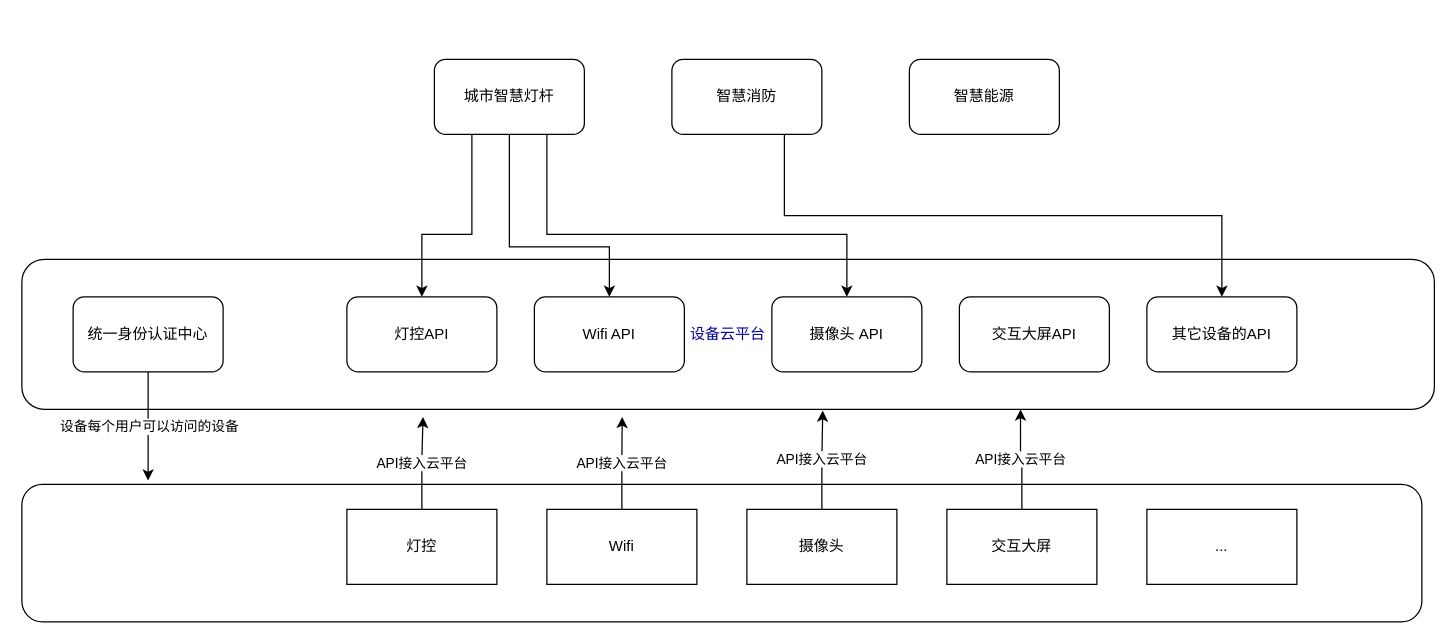
Earlier version of the draw.io diagram draw.io/CloudPlatformArchitecture.drawio (beabetterman/MyLearn). Source tidied: cells renumbered, new cells numbered last; positions are measured from the earlier drawing's top-left corner, leaving out a move shared by most shapes. Both pictures are drawn from the tidied source at 125%, with x=0, y=0 at pixel (21, 59).
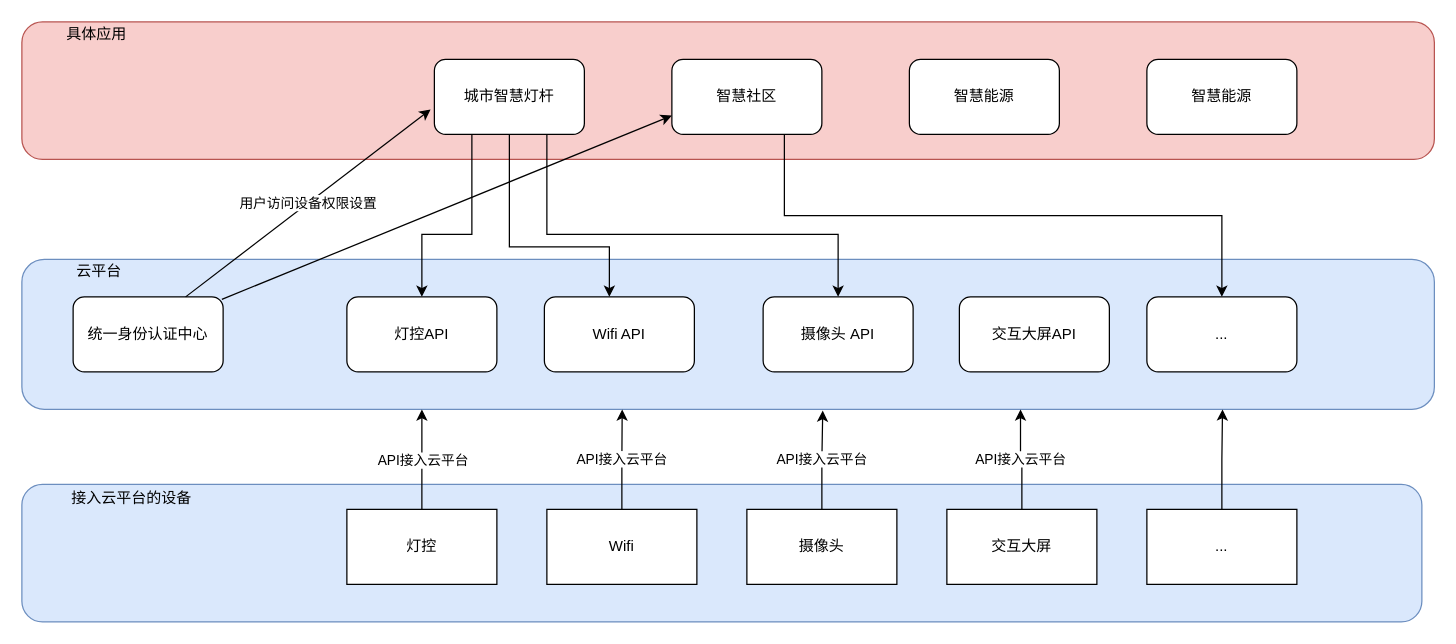
The same diagram, later.

The change refers to these unchanged cells:
```xml
<mxCell id="4" value="灯控" style="rounded=0;whiteSpace=wrap;html=1;" parent="1" vertex="1">
  <mxGeometry x="260" y="360" width="120" height="60" as="geometry" />
</mxCell>
<mxCell id="6" value="Wifi" style="rounded=0;whiteSpace=wrap;html=1;" parent="1" vertex="1">
  <mxGeometry x="420" y="360" width="120" height="60" as="geometry" />
</mxCell>
<mxCell id="11" value="..." style="rounded=0;whiteSpace=wrap;html=1;" parent="1" vertex="1">
  <mxGeometry x="900" y="360" width="120" height="60" as="geometry" />
</mxCell>
<mxCell id="15" value="城市智慧灯杆" style="rounded=1;whiteSpace=wrap;html=1;" parent="1" vertex="1">
  <mxGeometry x="330" width="120" height="60" as="geometry" />
</mxCell>
<mxCell id="20" value="统一身份认证中心" style="rounded=1;whiteSpace=wrap;html=1;" parent="1" vertex="1">
  <mxGeometry x="41" y="190" width="120" height="60" as="geometry" />
</mxCell>
```

What changed in the source:
```diff
@@
-    <mxCell id="2" value="&lt;font color=&quot;#000099&quot;&gt;设备云平台&lt;/font&gt;" style="rounded=1;whiteSpace=wrap;html=1;" parent="1" vertex="1">
+    <mxCell id="2" style="rounded=1;whiteSpace=wrap;html=1;fillColor=#dae8fc;strokeColor=#6c8ebf;" parent="1" vertex="1">
       <mxGeometry y="160" width="1130" height="120" as="geometry" />
     </mxCell>
+    <mxCell id="27" style="rounded=1;whiteSpace=wrap;html=1;fillColor=#f8cecc;strokeColor=#b85450;" parent="1" vertex="1">
+      <mxGeometry y="-30" width="1130" height="110" as="geometry" />
+    </mxCell>
+    <mxCell id="26" style="rounded=1;whiteSpace=wrap;html=1;fillColor=#dae8fc;strokeColor=#6c8ebf;" parent="1" vertex="1">
+      <mxGeometry y="340" width="1120" height="110" as="geometry" />
+    </mxCell>
-    <mxCell id="3" value="API接入云平台" style="edgeStyle=orthogonalEdgeStyle;rounded=0;jettySize=auto;html=1;exitX=0.5;exitY=0;exitDx=0;exitDy=0;entryX=0.284;entryY=1.05;entryDx=0;entryDy=0;entryPerimeter=0;" parent="1" edge="1" source="4" target="2">
-      <mxGeometry relative="1" as="geometry" />
+    <mxCell id="3" value="API接入云平台" style="edgeStyle=orthogonalEdgeStyle;rounded=0;jettySize=auto;html=1;exitX=0.5;exitY=0;exitDx=0;exitDy=0;" parent="1" edge="1" source="4">
+      <mxGeometry relative="1" as="geometry">
+        <mxPoint x="320" y="280" as="targetPoint" />
+      </mxGeometry>
     </mxCell>
@@
-    <mxCell id="5" value="&lt;span style=&quot;color: rgb(0 , 0 , 0) ; font-family: &amp;#34;helvetica&amp;#34; ; font-size: 11px ; font-style: normal ; font-weight: 400 ; letter-spacing: normal ; text-align: center ; text-indent: 0px ; text-transform: none ; word-spacing: 0px ; background-color: rgb(255 , 255 , 255) ; display: inline ; float: none&quot;&gt;API接入云平台&lt;/span&gt;" style="edgeStyle=orthogonalEdgeStyle;rounded=0;jettySize=auto;html=1;exitX=0.5;exitY=0;exitDx=0;exitDy=0;entryX=0.425;entryY=1.05;entryDx=0;entryDy=0;entryPerimeter=0;" parent="1" edge="1" source="6" target="2">
+    <mxCell id="5" value="&lt;span style=&quot;color: rgb(0 , 0 , 0) ; font-family: &amp;#34;helvetica&amp;#34; ; font-size: 11px ; font-style: normal ; font-weight: 400 ; letter-spacing: normal ; text-align: center ; text-indent: 0px ; text-transform: none ; word-spacing: 0px ; background-color: rgb(255 , 255 , 255) ; display: inline ; float: none&quot;&gt;API接入云平台&lt;/span&gt;" style="edgeStyle=orthogonalEdgeStyle;rounded=0;jettySize=auto;html=1;exitX=0.5;exitY=0;exitDx=0;exitDy=0;entryX=0.425;entryY=1;entryDx=0;entryDy=0;entryPerimeter=0;" parent="1" edge="1" source="6" target="2">
       <mxGeometry relative="1" as="geometry" />
     </mxCell>
@@
+    <mxCell id="28" style="edgeStyle=orthogonalEdgeStyle;rounded=0;jettySize=auto;html=1;exitX=0.5;exitY=0;exitDx=0;exitDy=0;entryX=0.85;entryY=1;entryDx=0;entryDy=0;entryPerimeter=0;" parent="1" edge="1" source="11" target="2">
+      <mxGeometry relative="1" as="geometry" />
+    </mxCell>
@@
     <mxCell id="14" style="edgeStyle=orthogonalEdgeStyle;rounded=0;jettySize=auto;html=1;exitX=0.75;exitY=1;exitDx=0;exitDy=0;entryX=0.5;entryY=0;entryDx=0;entryDy=0;" parent="1" edge="1" source="15" target="23">
       <mxGeometry relative="1" as="geometry">
         <Array as="points">
           <mxPoint x="420" y="140" />
-          <mxPoint x="660" y="140" />
+          <mxPoint x="653" y="140" />
         </Array>
       </mxGeometry>
     </mxCell>
@@
-    <mxCell id="17" value="智慧消防" style="rounded=1;whiteSpace=wrap;html=1;" parent="1" vertex="1">
+    <mxCell id="17" value="智慧社区" style="rounded=1;whiteSpace=wrap;html=1;" parent="1" vertex="1">
       <mxGeometry x="520" width="120" height="60" as="geometry" />
     </mxCell>
@@
-    <mxCell id="19" value="设备每个用户可以访问的设备" style="edgeStyle=orthogonalEdgeStyle;rounded=0;jettySize=auto;html=1;exitX=0.5;exitY=1;exitDx=0;exitDy=0;" parent="1" edge="1" source="20">
-      <mxGeometry relative="1" as="geometry">
-        <mxPoint x="101" y="337" as="targetPoint" />
-      </mxGeometry>
-    </mxCell>
@@
     <mxCell id="22" value="Wifi API" style="rounded=1;whiteSpace=wrap;html=1;" parent="1" vertex="1">
-      <mxGeometry x="410" y="190" width="120" height="60" as="geometry" />
+      <mxGeometry x="418" y="190" width="120" height="60" as="geometry" />
     </mxCell>
     <mxCell id="23" value="摄像头 API" style="rounded=1;whiteSpace=wrap;html=1;" parent="1" vertex="1">
-      <mxGeometry x="600" y="190" width="120" height="60" as="geometry" />
+      <mxGeometry x="593" y="190" width="120" height="60" as="geometry" />
     </mxCell>
@@
-    <mxCell id="25" value="其它设备的API" style="rounded=1;whiteSpace=wrap;html=1;" parent="1" vertex="1">
+    <mxCell id="25" value="..." style="rounded=1;whiteSpace=wrap;html=1;" parent="1" vertex="1">
       <mxGeometry x="900" y="190" width="120" height="60" as="geometry" />
     </mxCell>
-    <mxCell id="26" style="rounded=1;whiteSpace=wrap;html=1;fillColor=none;" parent="1" vertex="1">
-      <mxGeometry y="340" width="1120" height="110" as="geometry" />
-    </mxCell>
+    <mxCell id="29" value="云平台" style="text;html=1;strokeColor=none;fillColor=none;align=center;verticalAlign=middle;whiteSpace=wrap;rounded=0;" parent="1" vertex="1">
+      <mxGeometry x="12" y="160" width="100" height="20" as="geometry" />
+    </mxCell>
+    <mxCell id="30" value="接入云平台的设备" style="text;html=1;strokeColor=none;fillColor=none;align=center;verticalAlign=middle;whiteSpace=wrap;rounded=0;" parent="1" vertex="1">
+      <mxGeometry x="13" y="341" width="150" height="20" as="geometry" />
+    </mxCell>
+    <mxCell id="31" value="智慧能源" style="rounded=1;whiteSpace=wrap;html=1;" parent="1" vertex="1">
+      <mxGeometry x="900" width="120" height="60" as="geometry" />
+    </mxCell>
+    <mxCell id="32" value="&lt;span style=&quot;color: rgb(0 , 0 , 0) ; font-family: &amp;#34;helvetica&amp;#34; ; font-size: 11px ; font-style: normal ; font-weight: 400 ; letter-spacing: normal ; text-align: center ; text-indent: 0px ; text-transform: none ; word-spacing: 0px ; background-color: rgb(255 , 255 , 255) ; display: inline ; float: none&quot;&gt;用户访问设备权限设置&lt;/span&gt;" style="endArrow=classic;html=1;exitX=0.75;exitY=0;exitDx=0;exitDy=0;" parent="1" edge="1" source="20">
+      <mxGeometry relative="1" as="geometry">
+        <mxPoint x="327" y="40" as="targetPoint" />
+      </mxGeometry>
+    </mxCell>
+    <mxCell id="33" style="endArrow=classic;html=1;entryX=0;entryY=0.75;entryDx=0;entryDy=0;" parent="1" edge="1" target="17">
+      <mxGeometry relative="1" as="geometry">
+        <mxPoint x="160" y="192" as="sourcePoint" />
+      </mxGeometry>
+    </mxCell>
+    <mxCell id="34" value="具体应用" style="text;html=1;strokeColor=none;fillColor=none;align=center;verticalAlign=middle;whiteSpace=wrap;rounded=0;" parent="1" vertex="1">
+      <mxGeometry x="10" y="-30" width="100" height="20" as="geometry" />
+    </mxCell>
```
